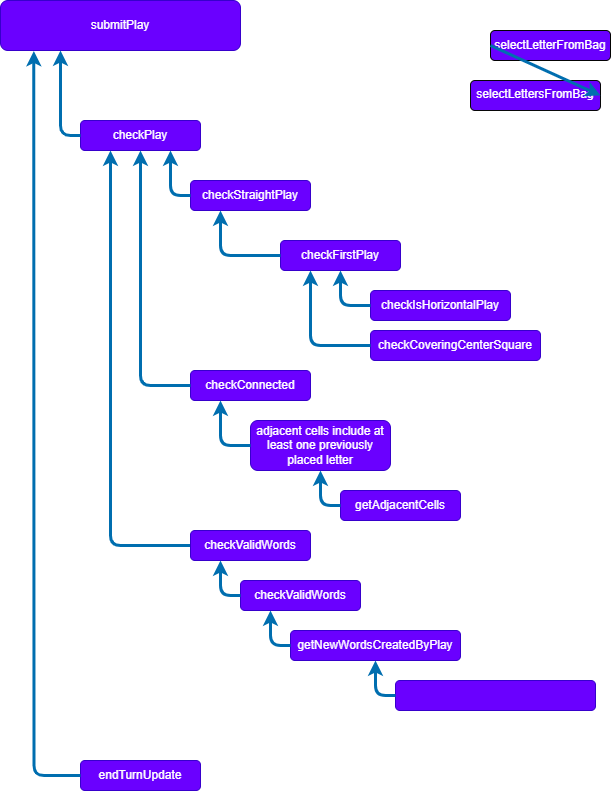
This is function_flow.dio.png from wnfaulkner/2023-10-05-project-1-scrabble-game, a draw.io export, as it was before one commit. Source tidied: cells renumbered, new cells last; positions are measured from the earlier drawing's top-left corner, leaving out a move shared by most shapes.
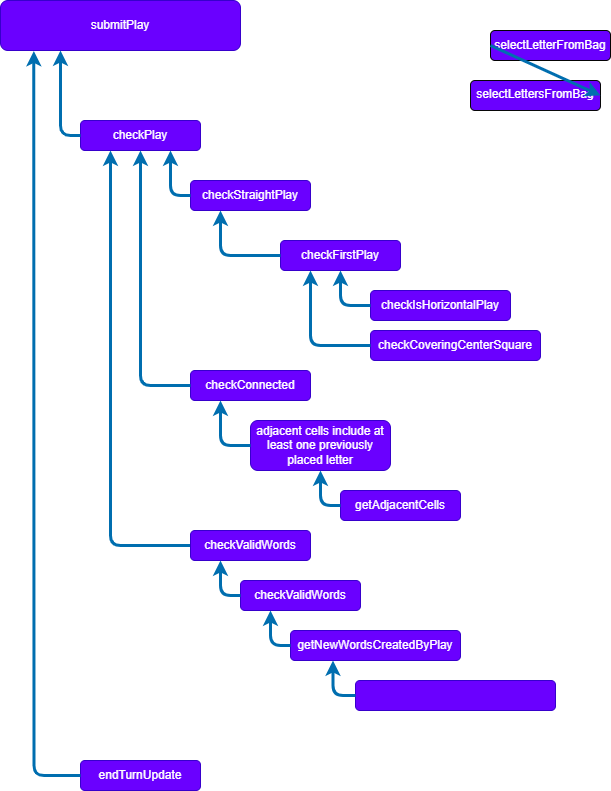
Above is the later version.

Diff of the diagram source:
```diff
@@ -78,9 +78,9 @@
       <mxGeometry relative="1" as="geometry" />
     </mxCell>
     <mxCell id="27" style="rounded=1;whiteSpace=wrap;html=1;fillColor=#6a00ff;fontColor=#ffffff;strokeColor=#3700CC;" parent="1" vertex="1">
-      <mxGeometry x="395" y="680" width="200" height="30" as="geometry" />
+      <mxGeometry x="355" y="680" width="200" height="30" as="geometry" />
     </mxCell>
-    <mxCell id="28" style="edgeStyle=orthogonalEdgeStyle;html=1;fillColor=#1ba1e2;strokeColor=#006EAF;strokeWidth=3;exitX=0;exitY=0.5;exitDx=0;exitDy=0;entryX=0.5;entryY=1;entryDx=0;entryDy=0;" parent="1" edge="1" source="27" target="25">
+    <mxCell id="28" style="edgeStyle=orthogonalEdgeStyle;html=1;fillColor=#1ba1e2;strokeColor=#006EAF;strokeWidth=3;exitX=0;exitY=0.5;exitDx=0;exitDy=0;entryX=0.25;entryY=1;entryDx=0;entryDy=0;" parent="1" edge="1" source="27" target="25">
       <mxGeometry relative="1" as="geometry" />
     </mxCell>
     <mxCell id="29" style="edgeStyle=orthogonalEdgeStyle;html=1;fillColor=#1ba1e2;strokeColor=#006EAF;strokeWidth=3;exitX=0;exitY=0.5;exitDx=0;exitDy=0;entryX=0.139;entryY=1.012;entryDx=0;entryDy=0;entryPerimeter=0;" parent="1" edge="1" source="9" target="4">
```
